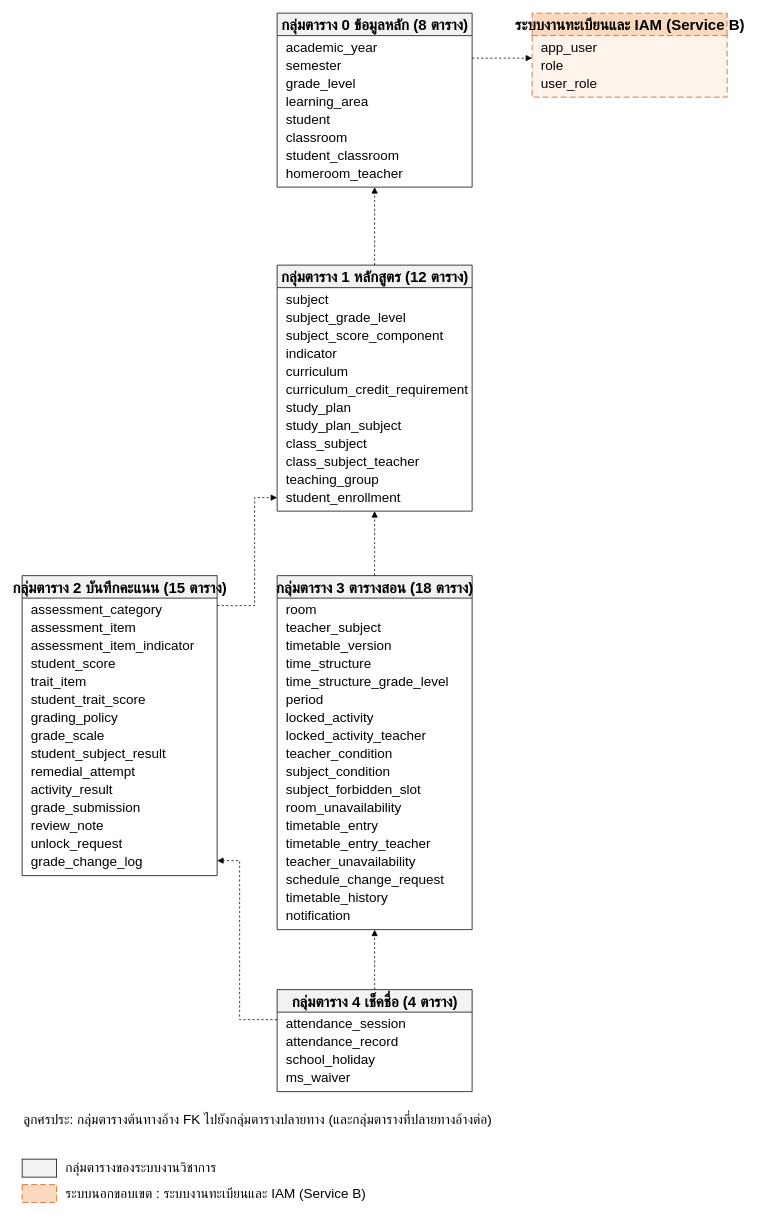
This is docs/database/er/old/er-overview.drawio from polymercatzz/Academic, a draw.io file, before an edit. Source tidied: cells renumbered, new cells numbered last; positions are measured from the earlier drawing's top-left corner, leaving out a move shared by most shapes. Both pictures are drawn from the tidied source at 75%, with x=0, y=0 at pixel (22, 13).
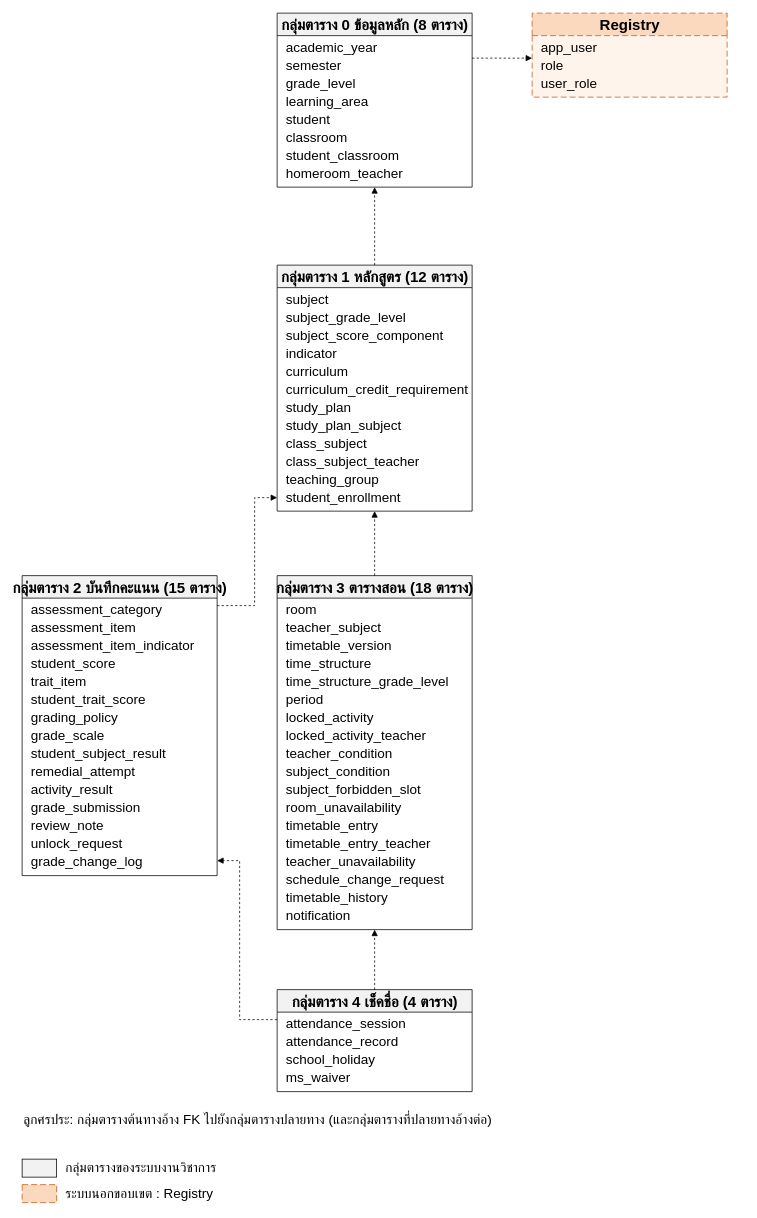
After the change.

The edit, as a diff of the source:
```diff
@@
-    <mxCell id="71" value="ระบบงานทะเบียนและ IAM (Service B)" style="swimlane;startSize=30;html=1;fontFamily=TH SarabunPSK;fontSize=20;fontStyle=1;fillColor=#FBD9BF;strokeColor=#C55A11;swimlaneFillColor=#FFF4EC;dashed=1;dashPattern=8 4;" parent="1" vertex="1">
+    <mxCell id="71" value="Registry" style="swimlane;startSize=30;html=1;fontFamily=TH SarabunPSK;fontSize=20;fontStyle=1;fillColor=#FBD9BF;strokeColor=#C55A11;swimlaneFillColor=#FFF4EC;dashed=1;dashPattern=8 4;" parent="1" vertex="1">
       <mxGeometry x="680" width="260" height="112" as="geometry" />
     </mxCell>
@@
-    <mxCell id="78" value="ระบบนอกขอบเขต : ระบบงานทะเบียนและ IAM (Service B)" style="text;html=1;align=left;verticalAlign=middle;fontFamily=TH SarabunPSK;fontSize=18;fontColor=#000000;" parent="1" vertex="1">
+    <mxCell id="78" value="ระบบนอกขอบเขต : Registry" style="text;html=1;align=left;verticalAlign=middle;fontFamily=TH SarabunPSK;fontSize=18;fontColor=#000000;" parent="1" vertex="1">
       <mxGeometry x="56" y="1559" width="420" height="30" as="geometry" />
     </mxCell>
```
